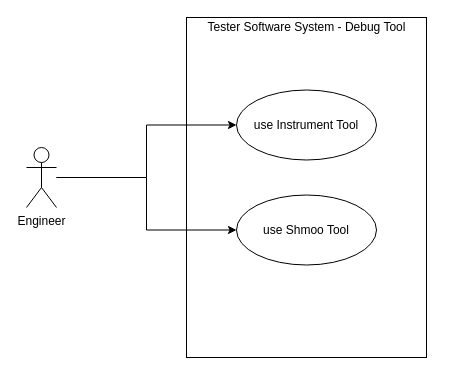
Earlier version of the draw.io diagram page "Debug Tool" (17 of 18) of SG9KG5/UI Design/Use Case.drawio (Jasson-Chou/Software-Projects). Source tidied: cells renumbered, new cells numbered last; positions are measured from the earlier drawing's top-left corner, leaving out a move shared by most shapes. Both pictures are drawn from the tidied source at 100%, with x=0, y=0 at pixel (26, 17).
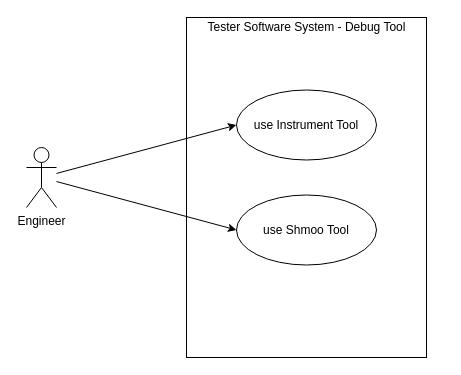
Above is the later version.

What changed in the source:
```diff
@@
 <mxGraphModel>
   <root>
     <mxCell id="0" />
     <mxCell id="1" parent="0" />
     <mxCell id="2" style="rounded=0;whiteSpace=wrap;html=1;" parent="1" vertex="1">
       <mxGeometry x="160" width="240" height="340" as="geometry" />
     </mxCell>
-    <mxCell id="3" style="edgeStyle=orthogonalEdgeStyle;rounded=0;jettySize=auto;html=1;entryX=0;entryY=0.5;entryDx=0;entryDy=0;" parent="1" edge="1" source="5" target="7">
+    <mxCell id="3" style="rounded=0;jettySize=auto;html=1;entryX=0;entryY=0.5;entryDx=0;entryDy=0;" parent="1" edge="1" source="5" target="7">
       <mxGeometry relative="1" as="geometry" />
     </mxCell>
-    <mxCell id="4" style="edgeStyle=orthogonalEdgeStyle;rounded=0;jettySize=auto;html=1;entryX=0;entryY=0.5;entryDx=0;entryDy=0;" parent="1" edge="1" source="5" target="6">
+    <mxCell id="4" style="rounded=0;jettySize=auto;html=1;entryX=0;entryY=0.5;entryDx=0;entryDy=0;" parent="1" edge="1" source="5" target="6">
       <mxGeometry relative="1" as="geometry" />
     </mxCell>
     <mxCell id="5" value="Engineer" style="shape=umlActor;verticalLabelPosition=bottom;verticalAlign=top;html=1;outlineConnect=0;" parent="1" vertex="1">
       <mxGeometry y="130" width="30" height="60" as="geometry" />
     </mxCell>
     <mxCell id="6" value="use Shmoo Tool" style="ellipse;whiteSpace=wrap;html=1;" parent="1" vertex="1">
       <mxGeometry x="210" y="177.5" width="140" height="70" as="geometry" />
     </mxCell>
     <mxCell id="7" value="use Instrument Tool" style="ellipse;whiteSpace=wrap;html=1;" parent="1" vertex="1">
       <mxGeometry x="210" y="72.5" width="140" height="70" as="geometry" />
     </mxCell>
     <mxCell id="8" value="Tester Software System - Debug Tool" style="text;html=1;strokeColor=none;fillColor=none;align=center;verticalAlign=middle;whiteSpace=wrap;rounded=0;" parent="1" vertex="1">
       <mxGeometry x="142.5" width="275" height="20" as="geometry" />
     </mxCell>
   </root>
 </mxGraphModel>
```
